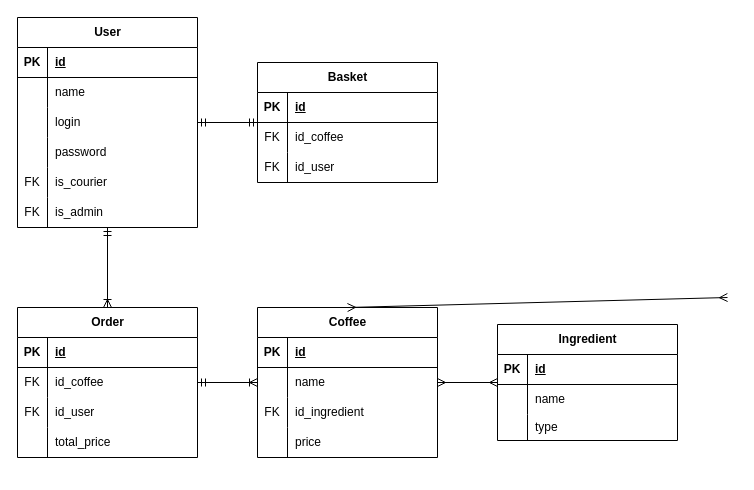
Before: CoffeeGo.drawio in B4N4N41C/CoffeeGo, a draw.io diagram. Source tidied: cells renumbered, new cells numbered last; positions are measured from the earlier drawing's top-left corner, leaving out a move shared by most shapes. Both pictures are drawn from the tidied source at 100%, with x=0, y=0 at pixel (17, 17).
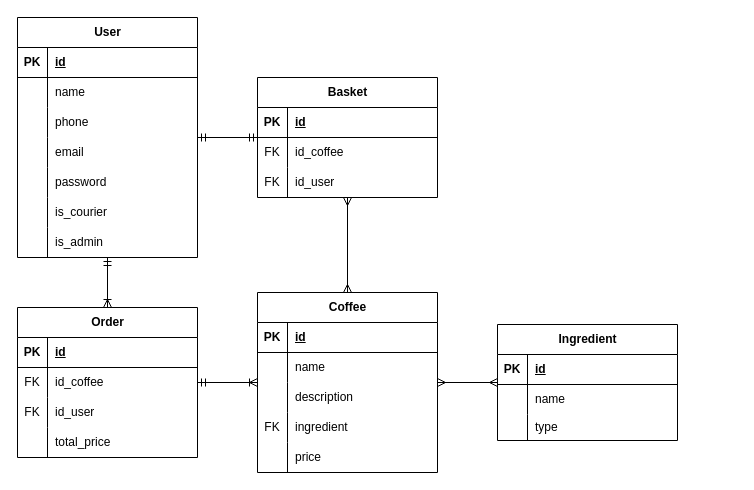
The same diagram, later.

The change refers to these unchanged cells:
```xml
<mxCell id="9" style="shape=tableRow;horizontal=0;startSize=0;swimlaneHead=0;swimlaneBody=0;fillColor=none;top=0;left=0;right=0;bottom=0;" parent="2" vertex="1">
  <mxGeometry y="90" width="180" height="30" as="geometry" />
</mxCell>
```

What changed in the source:
```diff
@@
     <mxCell id="2" value="User" style="shape=table;startSize=30;childLayout=tableLayout;rowLines=0;fontStyle=1;align=center;html=1;" parent="1" vertex="1">
-      <mxGeometry width="180" height="210" as="geometry" />
+      <mxGeometry width="180" height="240" as="geometry" />
     </mxCell>
@@
-    <mxCell id="11" value="login" style="shape=partialRectangle;fillColor=none;top=0;left=0;bottom=0;right=0;align=left;spacingLeft=6;overflow=hidden;whiteSpace=wrap;html=1;" parent="9" vertex="1">
+    <mxCell id="11" value="phone" style="shape=partialRectangle;fillColor=none;top=0;left=0;bottom=0;right=0;align=left;spacingLeft=6;overflow=hidden;whiteSpace=wrap;html=1;" parent="9" vertex="1">
       <mxGeometry x="30" width="150" height="30" as="geometry" />
     </mxCell>
+    <mxCell id="73" style="shape=tableRow;horizontal=0;startSize=0;swimlaneHead=0;swimlaneBody=0;fillColor=none;top=0;left=0;right=0;bottom=0;" parent="2" vertex="1">
+      <mxGeometry y="120" width="180" height="30" as="geometry" />
+    </mxCell>
+    <mxCell id="74" style="shape=partialRectangle;fillColor=none;top=0;left=0;bottom=0;right=0;overflow=hidden;whiteSpace=wrap;html=1;" parent="73" vertex="1">
+      <mxGeometry width="30" height="30" as="geometry" />
+    </mxCell>
+    <mxCell id="75" value="email" style="shape=partialRectangle;fillColor=none;top=0;left=0;bottom=0;right=0;align=left;spacingLeft=6;overflow=hidden;whiteSpace=wrap;html=1;" parent="73" vertex="1">
+      <mxGeometry x="30" width="150" height="30" as="geometry" />
+    </mxCell>
     <mxCell id="12" style="shape=tableRow;horizontal=0;startSize=0;swimlaneHead=0;swimlaneBody=0;fillColor=none;top=0;left=0;right=0;bottom=0;" parent="2" vertex="1">
-      <mxGeometry y="120" width="180" height="30" as="geometry" />
+      <mxGeometry y="150" width="180" height="30" as="geometry" />
     </mxCell>
@@
     <mxCell id="15" style="shape=tableRow;horizontal=0;startSize=0;swimlaneHead=0;swimlaneBody=0;fillColor=none;top=0;left=0;right=0;bottom=0;" parent="2" vertex="1">
-      <mxGeometry y="150" width="180" height="30" as="geometry" />
+      <mxGeometry y="180" width="180" height="30" as="geometry" />
     </mxCell>
-    <mxCell id="16" value="FK" style="shape=partialRectangle;fillColor=none;top=0;left=0;bottom=0;right=0;overflow=hidden;whiteSpace=wrap;html=1;" parent="15" vertex="1">
+    <mxCell id="16" style="shape=partialRectangle;fillColor=none;top=0;left=0;bottom=0;right=0;overflow=hidden;whiteSpace=wrap;html=1;" parent="15" vertex="1">
       <mxGeometry width="30" height="30" as="geometry" />
     </mxCell>
@@
     <mxCell id="18" style="shape=tableRow;horizontal=0;startSize=0;swimlaneHead=0;swimlaneBody=0;fillColor=none;top=0;left=0;right=0;bottom=0;" parent="2" vertex="1">
-      <mxGeometry y="180" width="180" height="30" as="geometry" />
+      <mxGeometry y="210" width="180" height="30" as="geometry" />
     </mxCell>
-    <mxCell id="19" value="FK" style="shape=partialRectangle;fillColor=none;top=0;left=0;bottom=0;right=0;overflow=hidden;whiteSpace=wrap;html=1;" parent="18" vertex="1">
+    <mxCell id="19" style="shape=partialRectangle;fillColor=none;top=0;left=0;bottom=0;right=0;overflow=hidden;whiteSpace=wrap;html=1;" parent="18" vertex="1">
       <mxGeometry width="30" height="30" as="geometry" />
     </mxCell>
@@
     <mxCell id="44" value="Coffee" style="shape=table;startSize=30;childLayout=tableLayout;rowLines=0;fontStyle=1;align=center;html=1;" parent="1" vertex="1">
-      <mxGeometry x="240" y="290" width="180" height="150" as="geometry" />
+      <mxGeometry x="240" y="275" width="180" height="180" as="geometry" />
     </mxCell>
@@
+    <mxCell id="76" style="shape=tableRow;horizontal=0;startSize=0;swimlaneHead=0;swimlaneBody=0;fillColor=none;top=0;left=0;right=0;bottom=0;" parent="44" vertex="1">
+      <mxGeometry y="90" width="180" height="30" as="geometry" />
+    </mxCell>
+    <mxCell id="77" style="shape=partialRectangle;fillColor=none;top=0;left=0;bottom=0;right=0;overflow=hidden;whiteSpace=wrap;html=1;" parent="76" vertex="1">
+      <mxGeometry width="30" height="30" as="geometry" />
+    </mxCell>
+    <mxCell id="78" value="description" style="shape=partialRectangle;fillColor=none;top=0;left=0;bottom=0;right=0;align=left;spacingLeft=6;overflow=hidden;whiteSpace=wrap;html=1;" parent="76" vertex="1">
+      <mxGeometry x="30" width="150" height="30" as="geometry" />
+    </mxCell>
     <mxCell id="51" style="shape=tableRow;horizontal=0;startSize=0;swimlaneHead=0;swimlaneBody=0;fillColor=none;top=0;left=0;right=0;bottom=0;" parent="44" vertex="1">
-      <mxGeometry y="90" width="180" height="30" as="geometry" />
+      <mxGeometry y="120" width="180" height="30" as="geometry" />
     </mxCell>
@@
-    <mxCell id="53" value="id_ingredient" style="shape=partialRectangle;fillColor=none;top=0;left=0;bottom=0;right=0;align=left;spacingLeft=6;overflow=hidden;whiteSpace=wrap;html=1;" parent="51" vertex="1">
+    <mxCell id="53" value="ingredient" style="shape=partialRectangle;fillColor=none;top=0;left=0;bottom=0;right=0;align=left;spacingLeft=6;overflow=hidden;whiteSpace=wrap;html=1;" parent="51" vertex="1">
       <mxGeometry x="30" width="150" height="30" as="geometry" />
     </mxCell>
     <mxCell id="54" style="shape=tableRow;horizontal=0;startSize=0;swimlaneHead=0;swimlaneBody=0;fillColor=none;top=0;left=0;right=0;bottom=0;" parent="44" vertex="1">
-      <mxGeometry y="120" width="180" height="30" as="geometry" />
+      <mxGeometry y="150" width="180" height="30" as="geometry" />
     </mxCell>
@@
-    <mxCell id="57" style="fontSize=12;html=1;endArrow=ERmany;startArrow=ERmany;rounded=0;jumpStyle=none;flowAnimation=0;shadow=0;" parent="1" edge="1">
-      <mxGeometry relative="1" as="geometry">
-        <mxPoint x="330" y="290" as="sourcePoint" />
-        <mxPoint x="710" y="280" as="targetPoint" />
-      </mxGeometry>
+    <mxCell id="57" style="fontSize=12;html=1;endArrow=ERmany;startArrow=ERmany;rounded=0;jumpStyle=none;flowAnimation=0;shadow=0;" parent="1" edge="1" source="44" target="61">
+      <mxGeometry relative="1" as="geometry" />
     </mxCell>
@@
     <mxCell id="61" value="Basket" style="shape=table;startSize=30;childLayout=tableLayout;rowLines=0;fontStyle=1;align=center;html=1;" parent="1" vertex="1">
-      <mxGeometry x="240" y="45" width="180" height="120" as="geometry" />
+      <mxGeometry x="240" y="60" width="180" height="120" as="geometry" />
     </mxCell>
```
